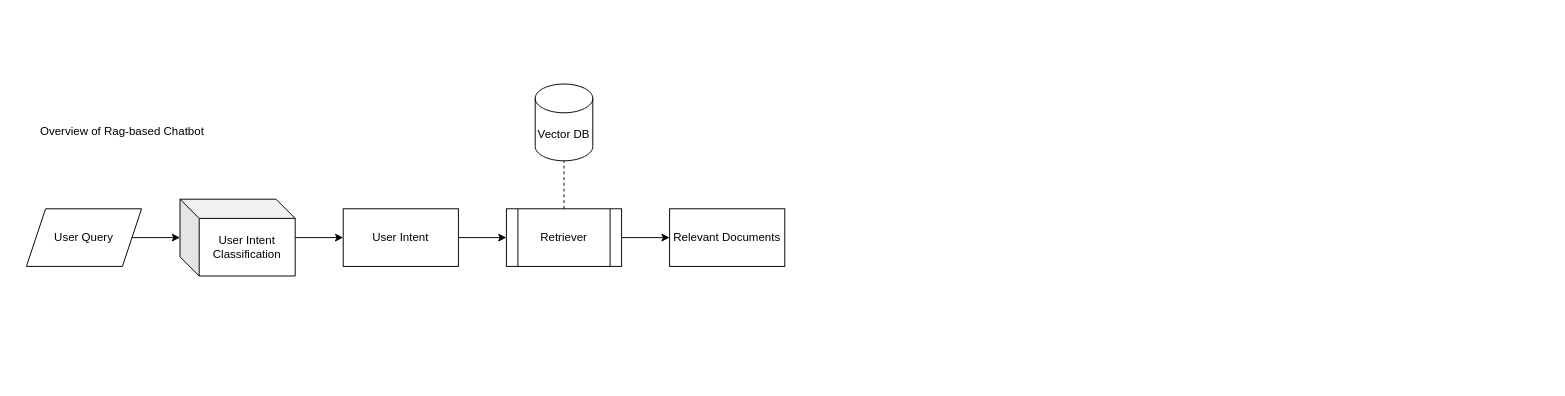
Before: page "Overview" (1 of 2) of rag_architecture.drawio in ATTIC-TOURS/rag, a draw.io diagram. Source tidied: cells renumbered, new cells numbered last; positions are measured from the earlier drawing's top-left corner, leaving out a move shared by most shapes. Both pictures are drawn from the tidied source at 96%, with x=0, y=0 at pixel (16, 84).
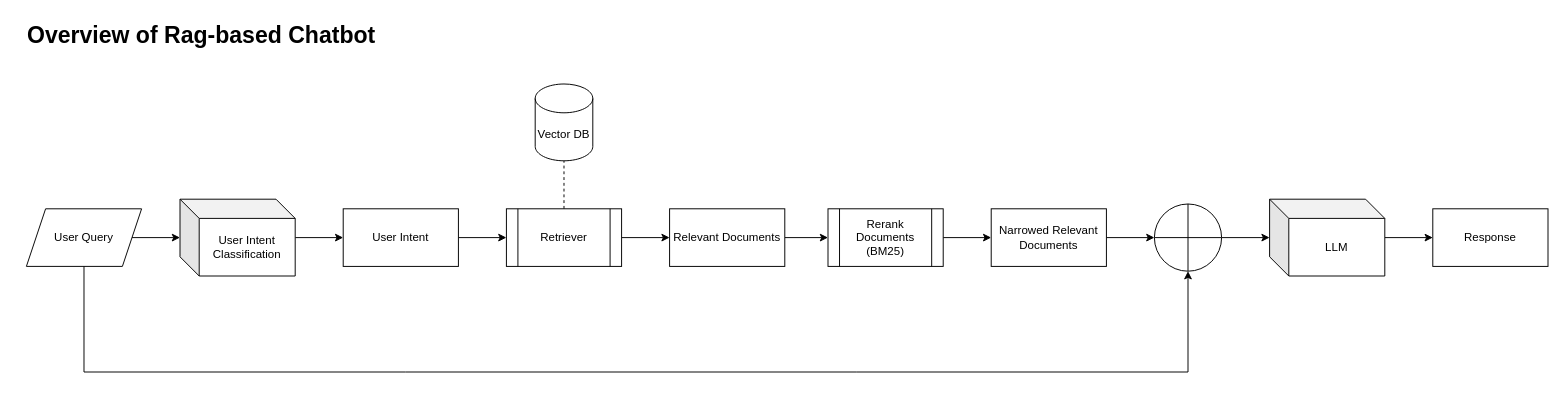
After the change.

Unchanged cells that the change refers to:
```xml
<mxCell id="5" value="User Query" style="shape=parallelogram;perimeter=parallelogramPerimeter;whiteSpace=wrap;html=1;fixedSize=1;" parent="1" vertex="1">
  <mxGeometry x="10" y="130" width="120" height="60" as="geometry" />
</mxCell>
<mxCell id="11" value="Relevant Documents" style="rounded=0;whiteSpace=wrap;html=1;" parent="1" vertex="1">
  <mxGeometry x="680" y="130" width="120" height="60" as="geometry" />
</mxCell>
```

What changed in the source:
```diff
@@
-    <mxCell id="6" value="Overview of Rag-based Chatbot" style="text;html=1;align=center;verticalAlign=middle;whiteSpace=wrap;rounded=0;" parent="1" vertex="1">
-      <mxGeometry y="30" width="220" height="40" as="geometry" />
+    <mxCell id="6" value="Overview of Rag-based Chatbot" style="text;html=1;align=center;verticalAlign=middle;whiteSpace=wrap;rounded=0;fontSize=24;fontStyle=1;" parent="1" vertex="1">
+      <mxGeometry y="-70" width="385" height="40" as="geometry" />
     </mxCell>
@@
+    <mxCell id="14" style="edgeStyle=none;html=1;" parent="1" edge="1" source="11" target="16">
+      <mxGeometry relative="1" as="geometry" />
+    </mxCell>
@@
+    <mxCell id="15" style="edgeStyle=none;html=1;" parent="1" edge="1" source="16" target="18">
+      <mxGeometry relative="1" as="geometry" />
+    </mxCell>
+    <mxCell id="16" value="Rerank Documents (BM25)" style="shape=process;whiteSpace=wrap;html=1;backgroundOutline=1;" parent="1" vertex="1">
+      <mxGeometry x="845" y="130" width="120" height="60" as="geometry" />
+    </mxCell>
+    <mxCell id="17" style="edgeStyle=none;html=1;" parent="1" edge="1" source="18" target="20">
+      <mxGeometry relative="1" as="geometry" />
+    </mxCell>
+    <mxCell id="18" value="Narrowed Relevant Documents" style="rounded=0;whiteSpace=wrap;html=1;" parent="1" vertex="1">
+      <mxGeometry x="1015" y="130" width="120" height="60" as="geometry" />
+    </mxCell>
+    <mxCell id="19" style="edgeStyle=none;html=1;" parent="1" edge="1" source="20" target="23">
+      <mxGeometry relative="1" as="geometry" />
+    </mxCell>
+    <mxCell id="20" style="verticalLabelPosition=bottom;verticalAlign=top;html=1;shape=mxgraph.flowchart.summing_function;" parent="1" vertex="1">
+      <mxGeometry x="1185" y="125" width="70" height="70" as="geometry" />
+    </mxCell>
+    <mxCell id="21" style="edgeStyle=none;html=1;entryX=0.5;entryY=1;entryDx=0;entryDy=0;entryPerimeter=0;rounded=0;curved=0;" parent="1" edge="1" source="5" target="20">
+      <mxGeometry relative="1" as="geometry">
+        <Array as="points">
+          <mxPoint x="70" y="300" />
+          <mxPoint x="405" y="300" />
+          <mxPoint x="875" y="300" />
+          <mxPoint x="1220" y="300" />
+        </Array>
+      </mxGeometry>
+    </mxCell>
+    <mxCell id="22" style="edgeStyle=none;html=1;" parent="1" edge="1" source="23" target="24">
+      <mxGeometry relative="1" as="geometry" />
+    </mxCell>
+    <mxCell id="23" value="LLM" style="shape=cube;whiteSpace=wrap;html=1;boundedLbl=1;backgroundOutline=1;darkOpacity=0.05;darkOpacity2=0.1;" parent="1" vertex="1">
+      <mxGeometry x="1305" y="120" width="120" height="80" as="geometry" />
+    </mxCell>
+    <mxCell id="24" value="Response" style="rounded=0;whiteSpace=wrap;html=1;" parent="1" vertex="1">
+      <mxGeometry x="1475" y="130" width="120" height="60" as="geometry" />
+    </mxCell>
```
